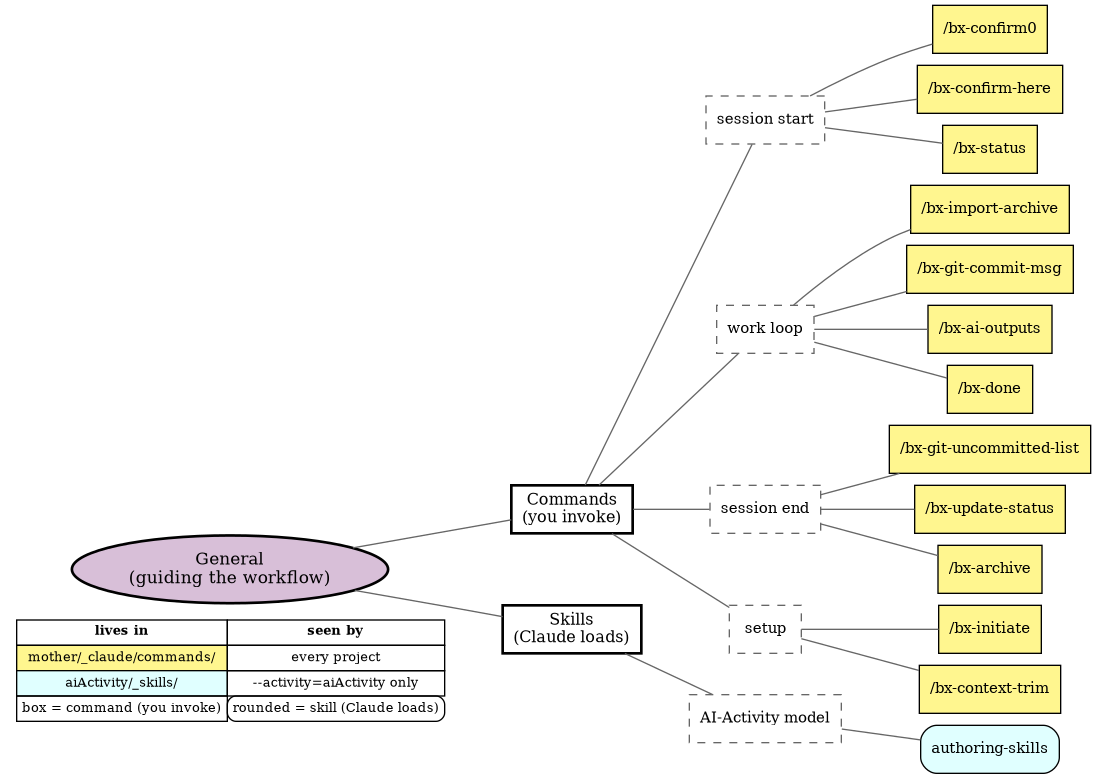
Above: ai-templates/_nonTemplate_/images/aiGeneralTree.png in bisos/defaults (Graphviz), before the change. Its source is kept beside it as ai-templates/_nonTemplate_/images/aiGeneralTree.gv.
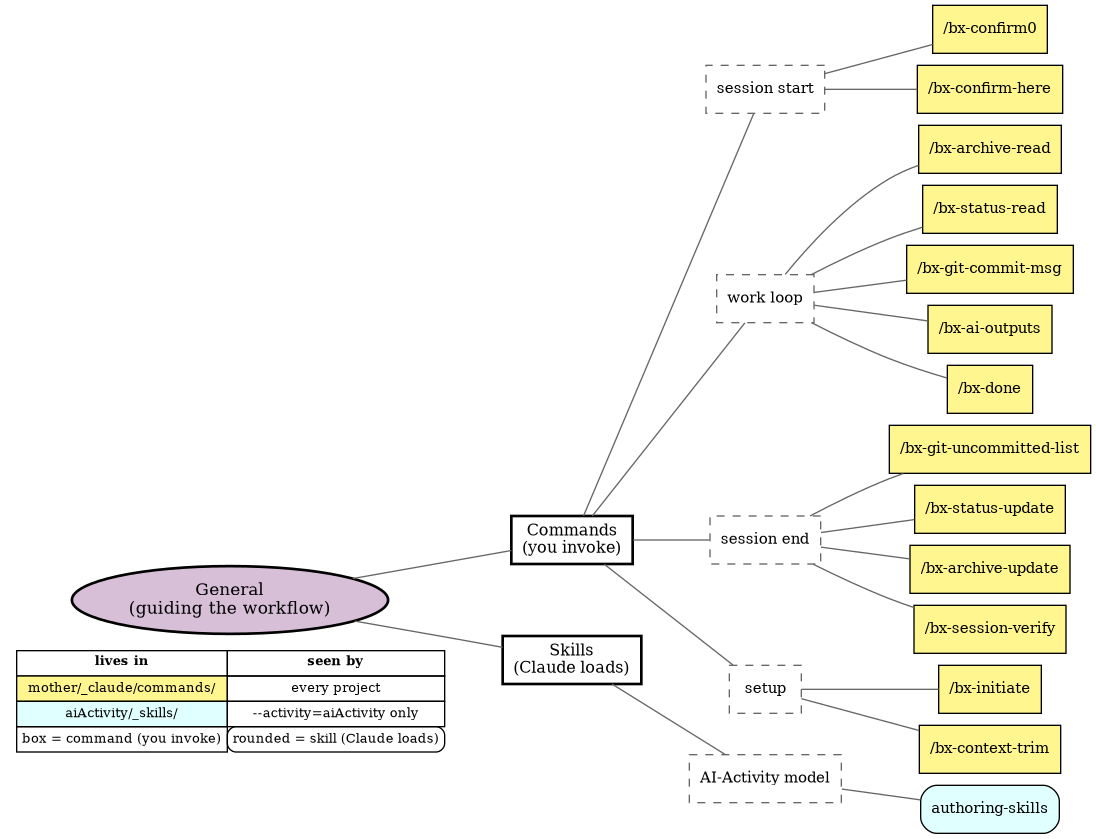
Above is the later version.

Diff of the diagram source:
```diff
@@ -15,12 +15,12 @@
 	cmdStart -> "/bx-confirm0" [arrowhead=none color=gray40]
 	"/bx-confirm-here" [label="/bx-confirm-here" fillcolor=khaki1 shape=box style=filled]
 	cmdStart -> "/bx-confirm-here" [arrowhead=none color=gray40]
-	"/bx-status" [label="/bx-status" fillcolor=khaki1 shape=box style=filled]
-	cmdStart -> "/bx-status" [arrowhead=none color=gray40]
 	cmdLoop [label="work loop" color=gray40 fontsize=11 shape=box style=dashed]
 	commands -> cmdLoop [arrowhead=none color=gray40]
-	"/bx-import-archive" [label="/bx-import-archive" fillcolor=khaki1 shape=box style=filled]
-	cmdLoop -> "/bx-import-archive" [arrowhead=none color=gray40]
+	"/bx-archive-read" [label="/bx-archive-read" fillcolor=khaki1 shape=box style=filled]
+	cmdLoop -> "/bx-archive-read" [arrowhead=none color=gray40]
+	"/bx-status-read" [label="/bx-status-read" fillcolor=khaki1 shape=box style=filled]
+	cmdLoop -> "/bx-status-read" [arrowhead=none color=gray40]
 	"/bx-git-commit-msg" [label="/bx-git-commit-msg" fillcolor=khaki1 shape=box style=filled]
 	cmdLoop -> "/bx-git-commit-msg" [arrowhead=none color=gray40]
 	"/bx-ai-outputs" [label="/bx-ai-outputs" fillcolor=khaki1 shape=box style=filled]
@@ -31,10 +31,12 @@
 	commands -> cmdEnd [arrowhead=none color=gray40]
 	"/bx-git-uncommitted-list" [label="/bx-git-uncommitted-list" fillcolor=khaki1 shape=box style=filled]
 	cmdEnd -> "/bx-git-uncommitted-list" [arrowhead=none color=gray40]
-	"/bx-update-status" [label="/bx-update-status" fillcolor=khaki1 shape=box style=filled]
-	cmdEnd -> "/bx-update-status" [arrowhead=none color=gray40]
-	"/bx-archive" [label="/bx-archive" fillcolor=khaki1 shape=box style=filled]
-	cmdEnd -> "/bx-archive" [arrowhead=none color=gray40]
+	"/bx-status-update" [label="/bx-status-update" fillcolor=khaki1 shape=box style=filled]
+	cmdEnd -> "/bx-status-update" [arrowhead=none color=gray40]
+	"/bx-archive-update" [label="/bx-archive-update" fillcolor=khaki1 shape=box style=filled]
+	cmdEnd -> "/bx-archive-update" [arrowhead=none color=gray40]
+	"/bx-session-verify" [label="/bx-session-verify" fillcolor=khaki1 shape=box style=filled]
+	cmdEnd -> "/bx-session-verify" [arrowhead=none color=gray40]
 	cmdSetup [label=setup color=gray40 fontsize=11 shape=box style=dashed]
 	commands -> cmdSetup [arrowhead=none color=gray40]
 	"/bx-initiate" [label="/bx-initiate" fillcolor=khaki1 shape=box style=filled]
```
